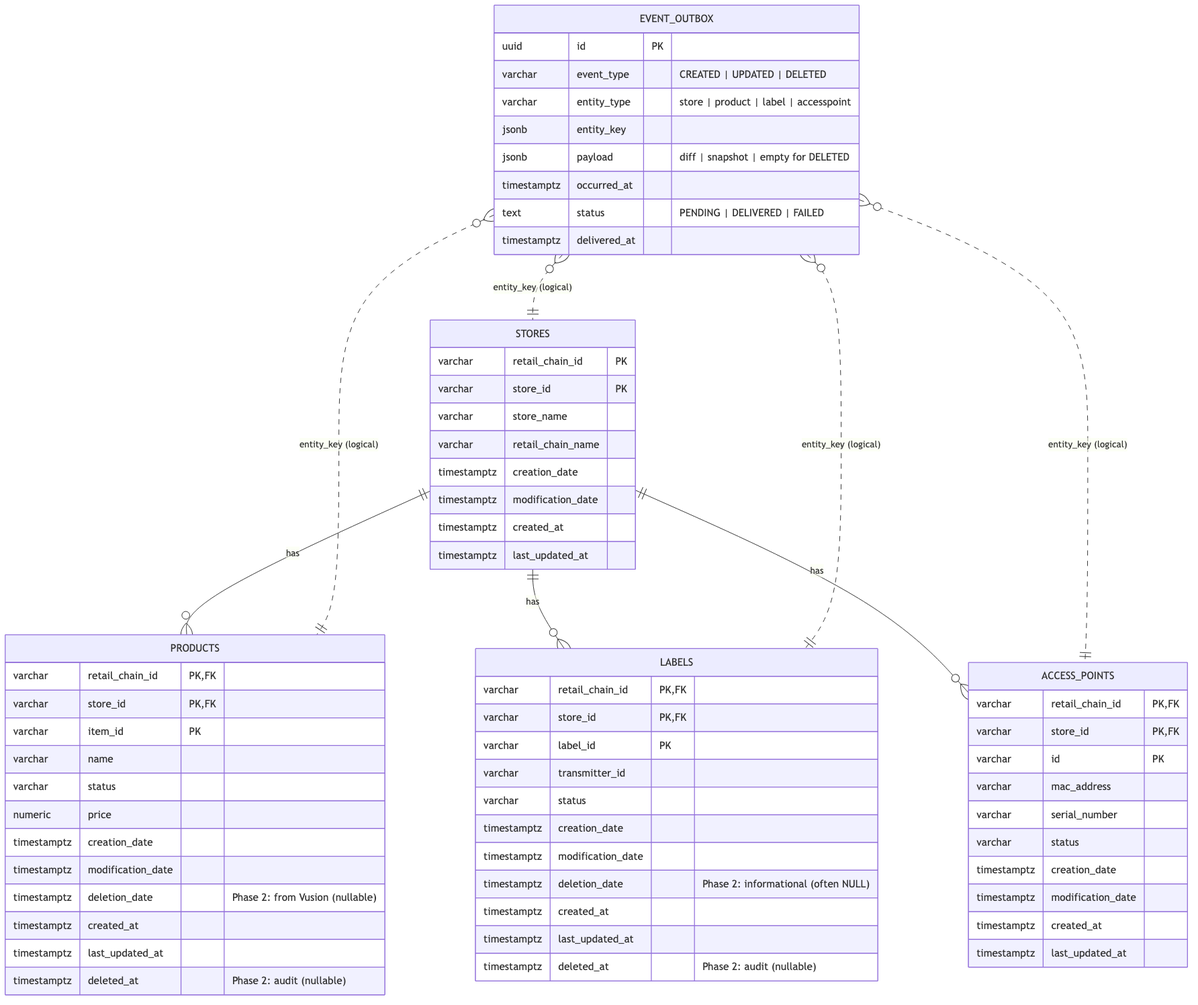
joaopires/useful-stuff keeps this Mermaid diagram as esl-documentation/phase-2/diagrams/er-diagram.png. Above is the earlier version. Its source is kept beside it as esl-documentation/phase-2/diagrams/er-diagram.mmd. Source of this version:
```mermaid
erDiagram
    STORES ||--o{ PRODUCTS       : "has"
    STORES ||--o{ LABELS         : "has"
    STORES ||--o{ ACCESS_POINTS  : "has"

    EVENT_OUTBOX }o..|| STORES        : "entity_key (logical)"
    EVENT_OUTBOX }o..|| PRODUCTS      : "entity_key (logical)"
    EVENT_OUTBOX }o..|| LABELS        : "entity_key (logical)"
    EVENT_OUTBOX }o..|| ACCESS_POINTS : "entity_key (logical)"

    STORES {
        varchar  retail_chain_id       PK
        varchar  store_id              PK
        varchar  store_name
        varchar  retail_chain_name
        timestamptz creation_date
        timestamptz modification_date
        timestamptz created_at
        timestamptz last_updated_at
    }

    PRODUCTS {
        varchar  retail_chain_id  PK,FK
        varchar  store_id         PK,FK
        varchar  item_id          PK
        varchar  name
        varchar  status
        numeric  price
        timestamptz creation_date
        timestamptz modification_date
        timestamptz deletion_date     "Phase 2: from Vusion (nullable)"
        timestamptz created_at
        timestamptz last_updated_at
        timestamptz deleted_at        "Phase 2: audit (nullable)"
    }

    LABELS {
        varchar  retail_chain_id  PK,FK
        varchar  store_id         PK,FK
        varchar  label_id         PK
        varchar  transmitter_id
        varchar  status
        timestamptz creation_date
        timestamptz modification_date
        timestamptz deletion_date     "Phase 2: informational (often NULL)"
        timestamptz created_at
        timestamptz last_updated_at
        timestamptz deleted_at        "Phase 2: audit (nullable)"
    }

    ACCESS_POINTS {
        varchar  retail_chain_id  PK,FK
        varchar  store_id         PK,FK
        varchar  id               PK
        varchar  mac_address
        varchar  serial_number
        varchar  status
        timestamptz creation_date
        timestamptz modification_date
        timestamptz created_at
        timestamptz last_updated_at
    }

    EVENT_OUTBOX {
        uuid        id            PK
        varchar     event_type        "CREATED | UPDATED | DELETED"
        varchar     entity_type       "store | product | label | accesspoint"
        jsonb       entity_key
        jsonb       payload           "diff | snapshot | empty for DELETED"
        timestamptz occurred_at
        text        status            "PENDING | DELIVERED | FAILED"
        timestamptz delivered_at
    }
```
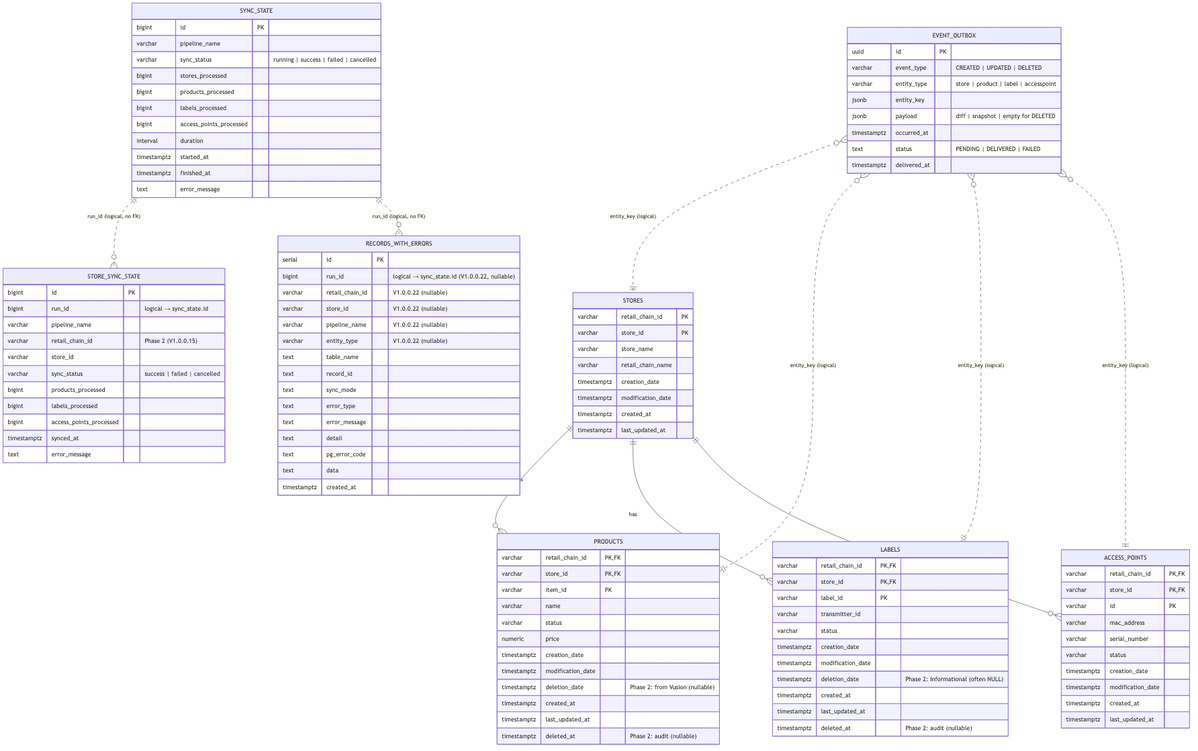
Above is the later version.

Change to the diagram source:
```diff
@@ -71,3 +71,52 @@
         text        status            "PENDING | DELIVERED | FAILED"
         timestamptz delivered_at
     }
+
+    SYNC_STATE         ||..o{ STORE_SYNC_STATE     : "run_id (logical, no FK)"
+    SYNC_STATE         ||..o{ RECORDS_WITH_ERRORS  : "run_id (logical, no FK)"
+
+    SYNC_STATE {
+        bigint      id                       PK
+        varchar     pipeline_name
+        varchar     sync_status              "running | success | failed | cancelled"
+        bigint      stores_processed
+        bigint      products_processed
+        bigint      labels_processed
+        bigint      access_points_processed
+        interval    duration
+        timestamptz started_at
+        timestamptz finished_at
+        text        error_message
+    }
+
+    STORE_SYNC_STATE {
+        bigint      id                       PK
+        bigint      run_id                       "logical → sync_state.id"
+        varchar     pipeline_name
+        varchar     retail_chain_id              "Phase 2 (V1.0.0.15)"
+        varchar     store_id
+        varchar     sync_status              "success | failed | cancelled"
+        bigint      products_processed
+        bigint      labels_processed
+        bigint      access_points_processed
+        timestamptz synced_at
+        text        error_message
+    }
+
+    RECORDS_WITH_ERRORS {
+        serial      id                       PK
+        bigint      run_id                       "logical → sync_state.id (V1.0.0.22, nullable)"
+        varchar     retail_chain_id              "V1.0.0.22 (nullable)"
+        varchar     store_id                     "V1.0.0.22 (nullable)"
+        varchar     pipeline_name                "V1.0.0.22 (nullable)"
+        varchar     entity_type                  "V1.0.0.22 (nullable)"
+        text        table_name
+        text        record_id
+        text        sync_mode
+        text        error_type
+        text        error_message
+        text        detail
+        text        pg_error_code
+        text        data
+        timestamptz created_at
+    }
```
